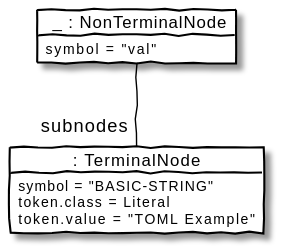
Earlier version of the PlantUML export www/iter_1c_val_subtree.svg (famished-tiger/Rley).
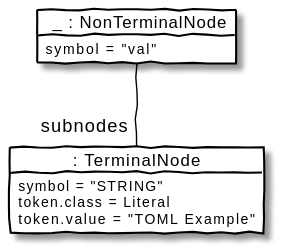
The same diagram one commit later.

Commit message:
Tutorial: Replaced  symbol `BASIC-STRING` into `STRING`

Diff of the diagram source:
```diff
@@ -1,15 +1,15 @@
 @startuml
 skinparam handwritten true
-skinparam object {
-BackgroundColor PaleGray
-BorderColor Black
-ArrowColor Black
-}
+  skinparam object {
+    BackgroundColor PaleGray
+    BorderColor Black
+    ArrowColor Black
+  }
   object " _ : NonTerminalNode" as o1
   o1 : symbol = "val"
 
   object ": TerminalNode" as o2
-  o2 : symbol = "BASIC-STRING"
+  o2 : symbol = "STRING"
   o2 : token.class = Literal
   o2 : token.value = "TOML Example"
 
```
